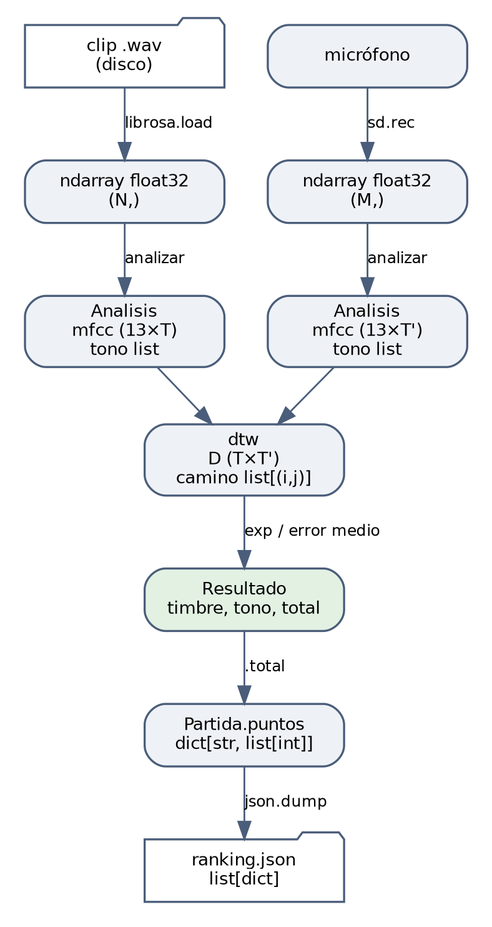
The Graphviz diagram docs/diagramas/datos.png in ikicillof/voicer-choiser, before a commit. Its source is kept beside it as docs/diagramas/datos.dot. The source it was exported from:
```dot
digraph G { graph [fontname="DejaVu Sans", fontsize=11, bgcolor="white", pad=0.2, nodesep=0.35, ranksep=0.45]; node [fontname="DejaVu Sans", fontsize=10, shape=box, style="rounded,filled", fillcolor="#EEF2F7", color="#4A5D7A", penwidth=1.2]; edge [fontname="DejaVu Sans", fontsize=9, color="#4A5D7A"]; rankdir=TB; node [width=1.6];
  w [label="clip .wav\n(disco)", shape=folder, fillcolor="#FFFFFF"]; m [label="micrófono"]; y1 [label="ndarray float32\n(N,)"]; y2 [label="ndarray float32\n(M,)"];
  a1 [label="Analisis\nmfcc (13×T)\ntono list"]; a2 [label="Analisis\nmfcc (13×T')\ntono list"]; dtw [label="dtw\nD (T×T')\ncamino list[(i,j)]"]; r [label="Resultado\ntimbre, tono, total", fillcolor="#E3F1E3"];
  p [label="Partida.puntos\ndict[str, list[int]]"]; j [label="ranking.json\nlist[dict]", shape=folder, fillcolor="#FFFFFF"];
  w->y1 [label="librosa.load"]; m->y2 [label="sd.rec"]; y1->a1 [label="analizar"]; y2->a2 [label="analizar"]; a1->dtw; a2->dtw; dtw->r [label="exp / error medio"]; r->p [label=".total"]; p->j [label="json.dump"];
}
```
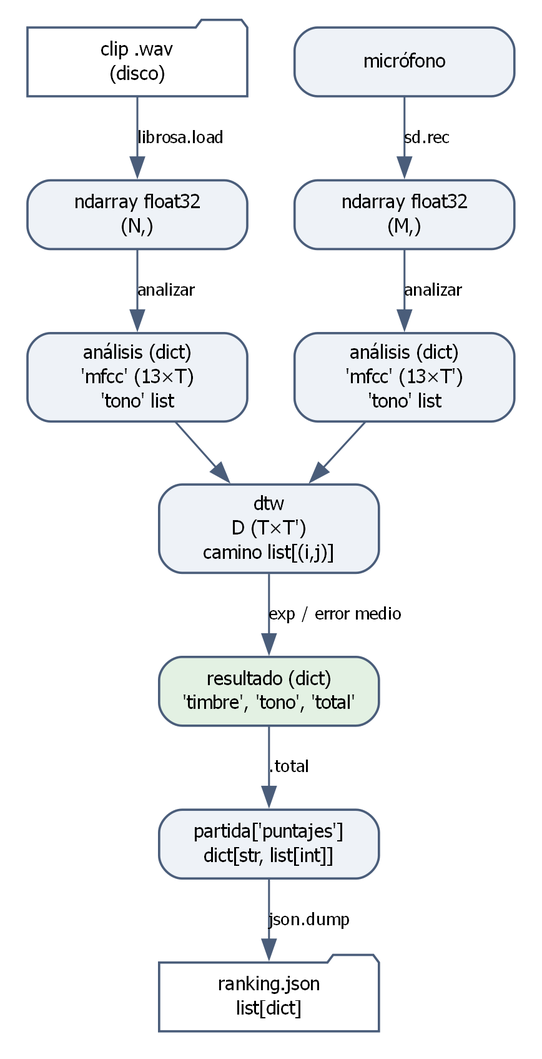
Above is the later version.

What changed in the source:
```diff
@@ -1,6 +1,6 @@
 digraph G { graph [fontname="DejaVu Sans", fontsize=11, bgcolor="white", pad=0.2, nodesep=0.35, ranksep=0.45]; node [fontname="DejaVu Sans", fontsize=10, shape=box, style="rounded,filled", fillcolor="#EEF2F7", color="#4A5D7A", penwidth=1.2]; edge [fontname="DejaVu Sans", fontsize=9, color="#4A5D7A"]; rankdir=TB; node [width=1.6];
   w [label="clip .wav\n(disco)", shape=folder, fillcolor="#FFFFFF"]; m [label="micrófono"]; y1 [label="ndarray float32\n(N,)"]; y2 [label="ndarray float32\n(M,)"];
-  a1 [label="Analisis\nmfcc (13×T)\ntono list"]; a2 [label="Analisis\nmfcc (13×T')\ntono list"]; dtw [label="dtw\nD (T×T')\ncamino list[(i,j)]"]; r [label="Resultado\ntimbre, tono, total", fillcolor="#E3F1E3"];
-  p [label="Partida.puntos\ndict[str, list[int]]"]; j [label="ranking.json\nlist[dict]", shape=folder, fillcolor="#FFFFFF"];
+  a1 [label="análisis (dict)\n'mfcc' (13×T)\n'tono' list"]; a2 [label="análisis (dict)\n'mfcc' (13×T')\n'tono' list"]; dtw [label="dtw\nD (T×T')\ncamino list[(i,j)]"]; r [label="resultado (dict)\n'timbre', 'tono', 'total'", fillcolor="#E3F1E3"];
+  p [label="partida['puntajes']\ndict[str, list[int]]"]; j [label="ranking.json\nlist[dict]", shape=folder, fillcolor="#FFFFFF"];
   w->y1 [label="librosa.load"]; m->y2 [label="sd.rec"]; y1->a1 [label="analizar"]; y2->a2 [label="analizar"]; a1->dtw; a2->dtw; dtw->r [label="exp / error medio"]; r->p [label=".total"]; p->j [label="json.dump"];
 }
```
